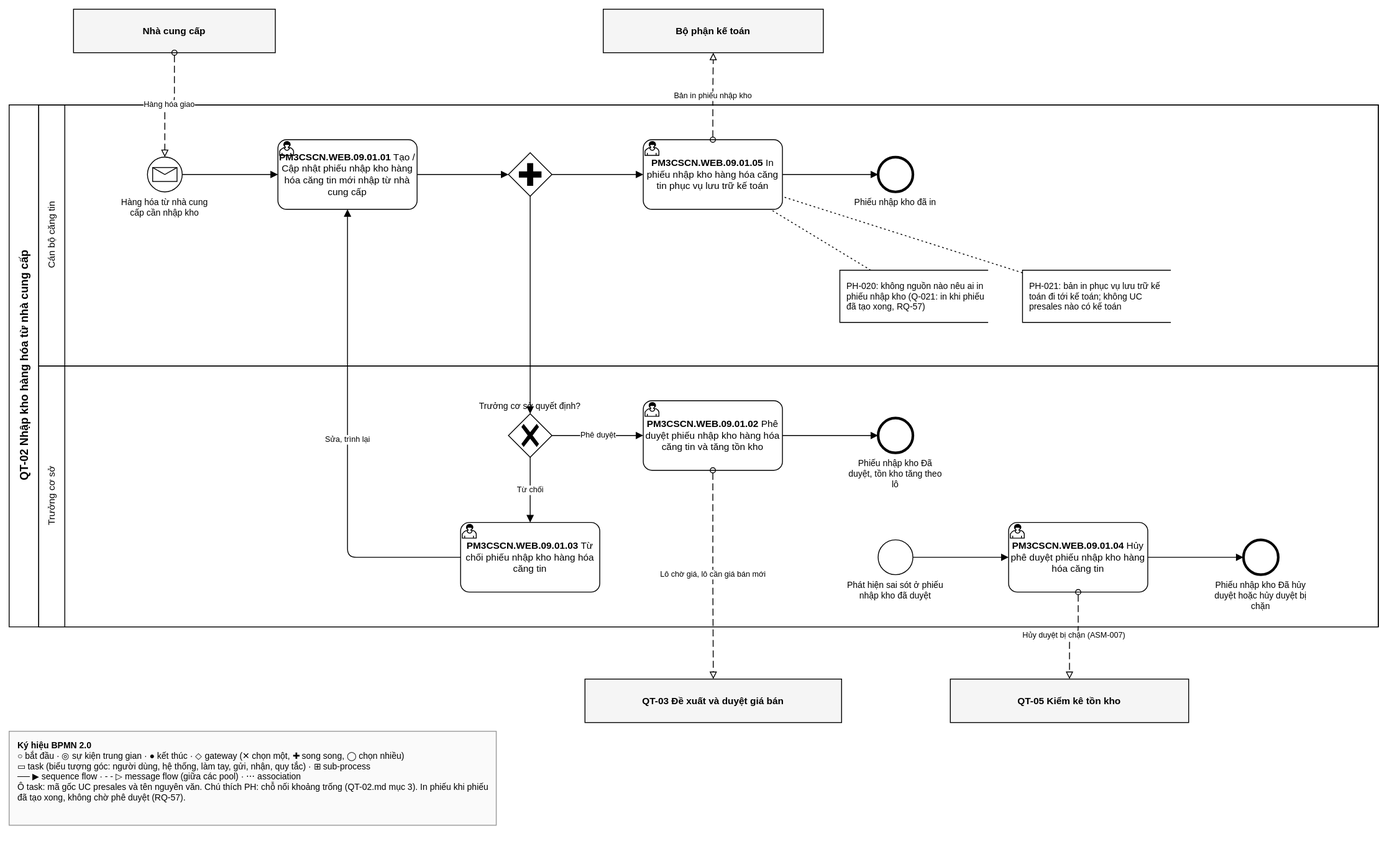
Above: 1-ba-init/0-dau-vao/ban-do-quy-trinh/cap-2/QT-02-nhap-kho/QT-02.drawio.svg in phongnq12/StudyPM3 (draw.io), before the change. Source tidied: cells renumbered, new cells last; positions are measured from the earlier drawing's top-left corner, leaving out a move shared by most shapes.
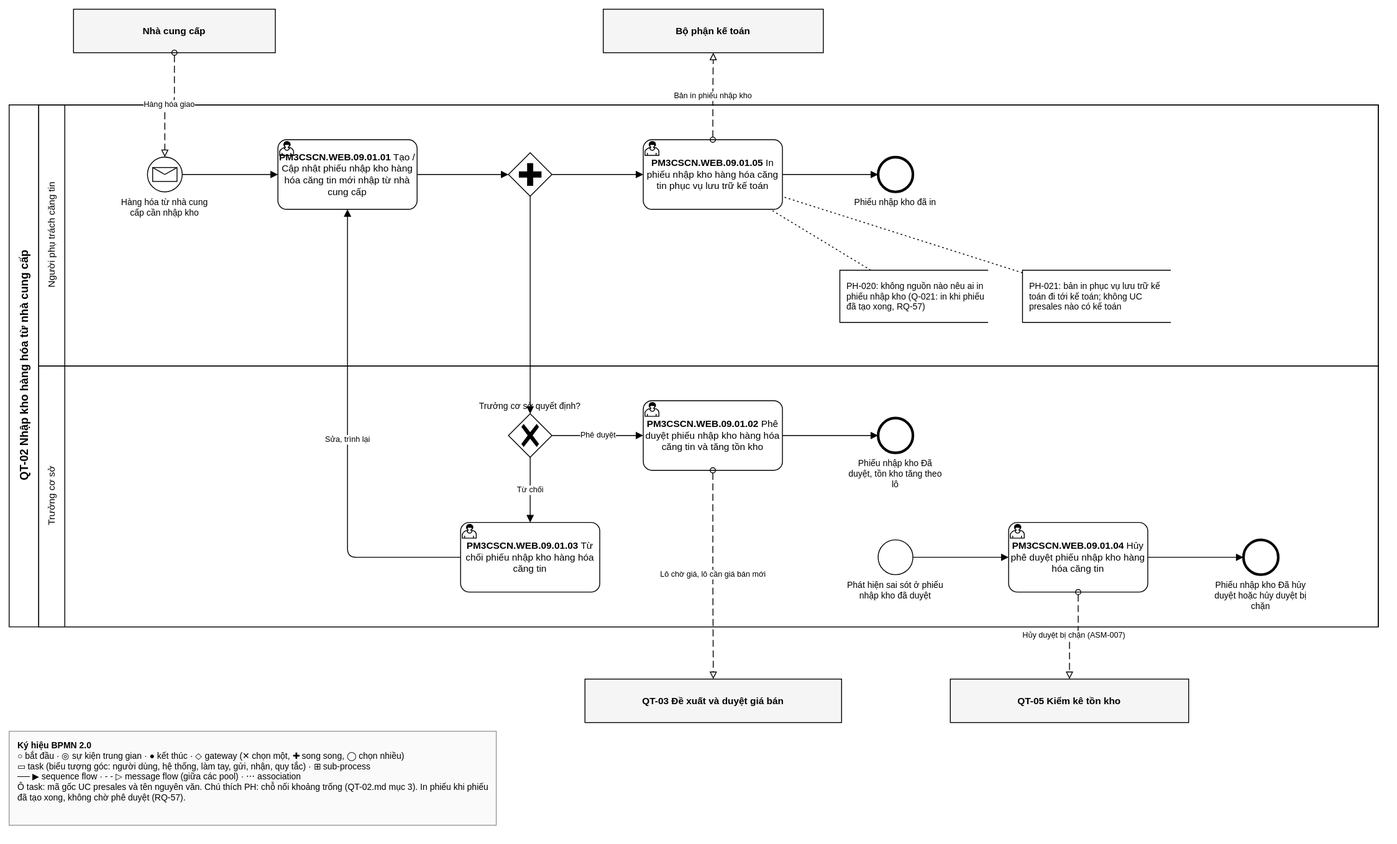
Above is the later version.

What changed in the source:
```diff
@@ -11,7 +11,7 @@
     <mxCell id="4" value="QT-02 Nhập kho hàng hóa từ nhà cung cấp" style="swimlane;html=1;horizontal=0;startSize=34;fillColor=none;fontSize=13;fontStyle=1;bpmn=pool;" parent="1" vertex="1">
       <mxGeometry y="110" width="1574" height="600" as="geometry" />
     </mxCell>
-    <mxCell id="5" value="Cán bộ căng tin" style="swimlane;html=1;horizontal=0;startSize=30;fillColor=none;fontSize=11;fontStyle=0;bpmn=lane;" parent="4" vertex="1">
+    <mxCell id="5" value="Người phụ trách căng tin" style="swimlane;html=1;horizontal=0;startSize=30;fillColor=none;fontSize=11;fontStyle=0;bpmn=lane;" parent="4" vertex="1">
       <mxGeometry x="34" width="1540" height="300" as="geometry" />
     </mxCell>
     <mxCell id="6" value="Hàng hóa từ nhà cung cấp cần nhập kho" style="shape=mxgraph.bpmn.event;html=1;verticalLabelPosition=bottom;verticalAlign=top;align=center;whiteSpace=wrap;perimeter=ellipsePerimeter;outlineConnect=0;fontSize=10;labelWidth=110;outline=standard;symbol=message;bpmn=start:message:;" parent="5" vertex="1">
```
